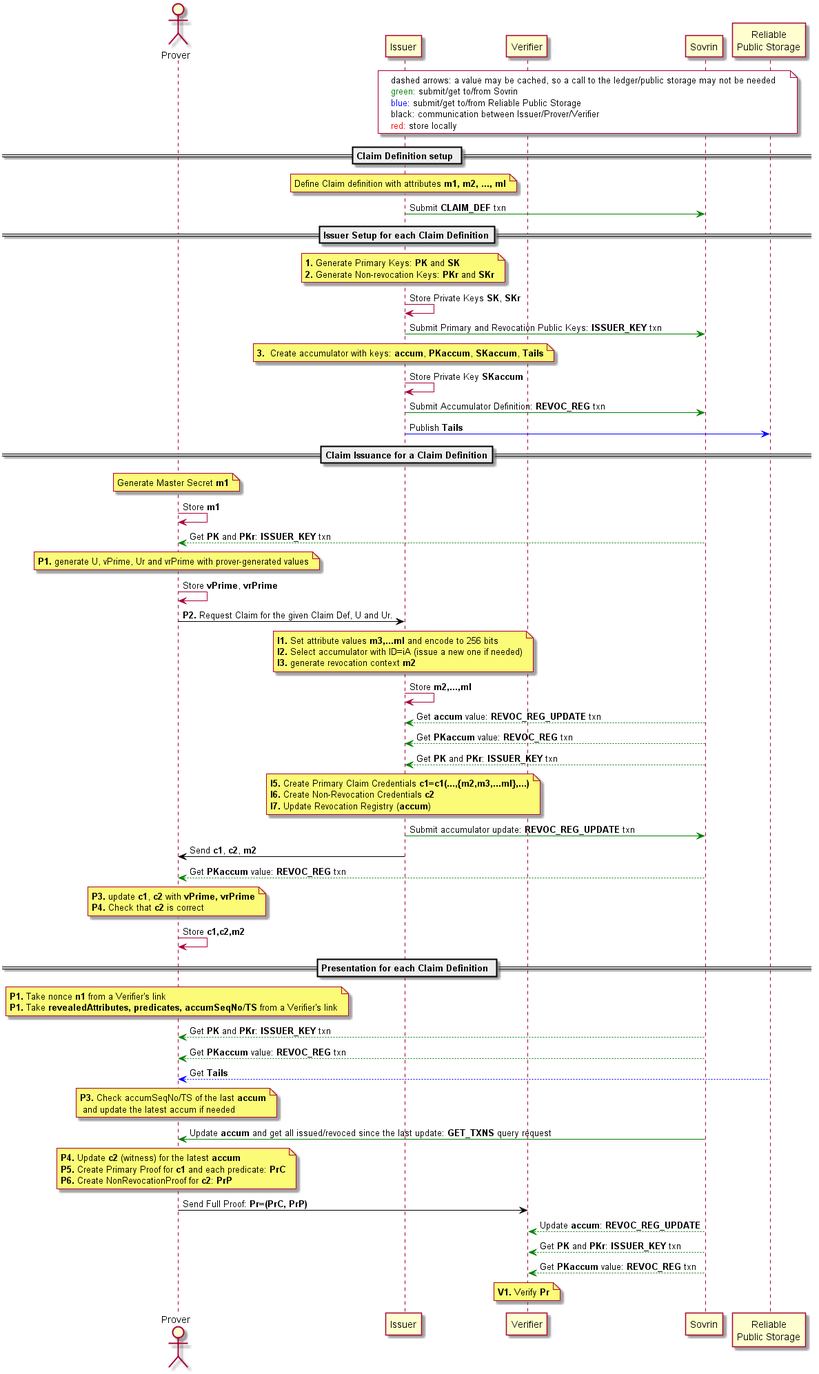
hyperledger-archives/indy-anoncreds keeps this PlantUML diagram as docs/diagrams/anoncred_seq_sovrin.png. Above is the earlier version. Its source is kept beside it as docs/diagrams/anoncred_seq_sovrin.puml. Its diagram source:
```plantuml
@startuml
actor Prover as P
participant "Issuer" as I
participant "Verifier" as V
participant "Sovrin" as S
participant "Reliable\nPublic Storage" as D

note over I, D #white
    dashed arrows: a value may be cached, so a call to the ledger/public storage may not be needed
    <font color=green>green:</font> submit/get to/from Sovrin
    <font color=blue>blue:</font> submit/get to/from Reliable Public Storage
    black: communication between Issuer/Prover/Verifier
    <font color=red>red:</font> store locally
endnote

== Schema setup ==

note over I: Define Schema with attributes **m1, m2, ..., ml**

I -[#green]> S: Submit **SCHEMA** txn

== Issuer Setup for each Schema==

note over I: **1.** Generate Primary Keys: **PK** and **SK**\n**2.** Generate Non-revocation Keys: **PKr** and **SKr**

I -> I: Store Private Keys **SK**, **SKr**

I -[#green]> S: Submit Primary and Revocation Public Keys: **CLAIM_DEF** txn


note over I:**3.**  Create accumulator with keys: **accum**, **PKaccum**, **SKaccum**, **Tails**

I -> I: Store Private Key **SKaccum**

I -[#green]> S: Submit Accumulator Definition: **REVOC_REG** txn

I -[#blue]> D: Publish **Tails**


== Claim Issuance for a Schema==


note over P: Generate Master Secret **m1**

P -> P: Store **m1**

S -[#green]-> P: Get **PK** and **PKr**: **CLAIM_DEF** txn

note over P: **P1.** generate U, vPrime, Ur and vrPrime with prover-generated values

P -> P: Store **vPrime**, **vrPrime**

P -[#black]> I: **P2.** Request Claim for the given Schema, U and Ur.

note over I
    **I1.** Set attribute values **m3,...ml** and encode to 256 bits
    **I2.** Select accumulator with ID=iA (issue a new one if needed)
    **I3.** generate revocation context **m2**
end note

I -> I: Store **m2,...,ml**

S -[#green]-> I: Get **accum** value: **REVOC_REG_UPDATE** txn

S -[#green]-> I: Get **PKaccum** value: **REVOC_REG** txn

S -[#green]-> I: Get **PK** and **PKr**: **CLAIM_DEF** txn


note over I
    **I5.** Create Primary Claim Credentials **c1=c1(...,{m2,m3,...ml},...)**
    **I6.** Create Non-Revocation Credentials **c2**
    **I7.** Update Revocation Registry (**accum**)
end note

I -[#green]> S: Submit accumulator update: **REVOC_REG_UPDATE** txn

I -[#black]> P: Send **c1**, **c2**, **m2**

S -[#green]-> P: Get **PKaccum** value: **REVOC_REG** txn

note over P
    **P3.** update **c1**, **c2** with **vPrime, vrPrime**
    **P4.** Check that **c2** is correct
end note

P -> P: Store **c1,c2,m2**


== Presentation for each Schema ==

note over P
    **P1.** Take nonce **n1** from a Verifier's link
    **P1.** Take **revealedAttributes, predicates, accumSeqNo/TS** from a Verifier's link
end note

S -[#green]-> P: Get **PK** and **PKr**: **CLAIM_DEF** txn

S -[#green]-> P: Get **PKaccum** value: **REVOC_REG** txn

D -[#blue]-> P: Get **Tails**

note over P: **P3.** Check accumSeqNo/TS of the last **accum**\n and update the latest accum if needed

S -[#green]> P: Update **accum** and get all issued/revoced since the last update: **GET_TXNS** query request

note over P
    **P4.** Update **c2** (witness) for the latest **accum**
    **P5.** Create Primary Proof for **c1** and each predicate: **PrC**
    **P6.** Create NonRevocationProof for **c2**: **PrP**
end note

P -[#black]> V: Send Full Proof: **Pr=(PrC, PrP)**

S -[#green]-> V: Update **accum**: **REVOC_REG_UPDATE**

S -[#green]-> V: Get **PK** and **PKr**: **CLAIM_DEF** txn

S -[#green]-> V: Get **PKaccum** value: **REVOC_REG** txn

note over V: **V1.** Verify **Pr**



@enduml
```
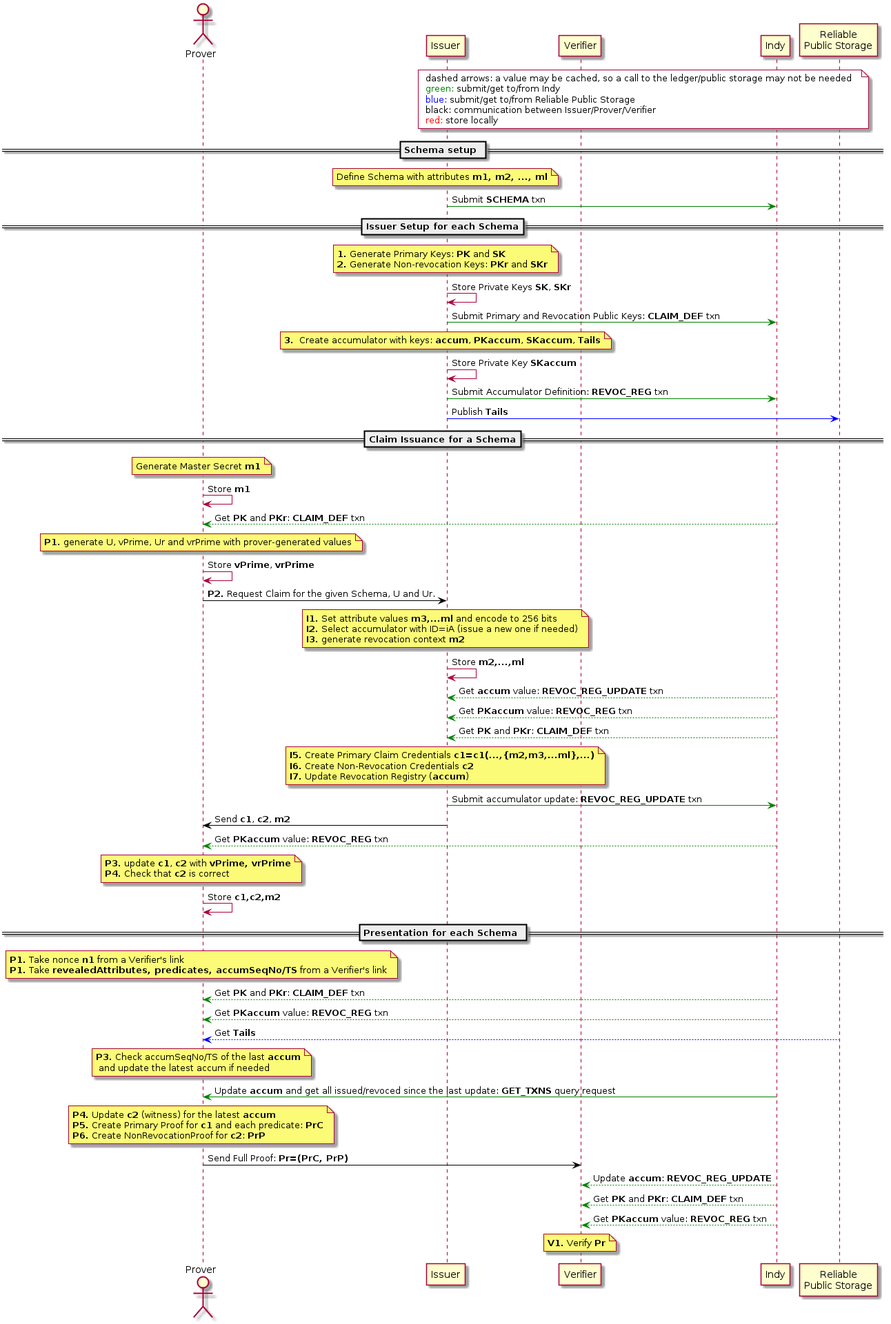
Later version of the same file.

Commit message:
adjusted non-indy brands and related things (#94)

Change to the diagram source:
```diff
@@ -2,12 +2,12 @@
 actor Prover as P
 participant "Issuer" as I
 participant "Verifier" as V
-participant "Sovrin" as S
+participant "Indy" as N
 participant "Reliable\nPublic Storage" as D
 
 note over I, D #white
     dashed arrows: a value may be cached, so a call to the ledger/public storage may not be needed
-    <font color=green>green:</font> submit/get to/from Sovrin
+    <font color=green>green:</font> submit/get to/from Indy
     <font color=blue>blue:</font> submit/get to/from Reliable Public Storage
     black: communication between Issuer/Prover/Verifier
     <font color=red>red:</font> store locally
@@ -17,7 +17,7 @@
 
 note over I: Define Schema with attributes **m1, m2, ..., ml**
 
-I -[#green]> S: Submit **SCHEMA** txn
+I -[#green]> N: Submit **SCHEMA** txn
 
 == Issuer Setup for each Schema==
 
@@ -25,14 +25,14 @@
 
 I -> I: Store Private Keys **SK**, **SKr**
 
-I -[#green]> S: Submit Primary and Revocation Public Keys: **CLAIM_DEF** txn
+I -[#green]> N: Submit Primary and Revocation Public Keys: **CLAIM_DEF** txn
 
 
 note over I:**3.**  Create accumulator with keys: **accum**, **PKaccum**, **SKaccum**, **Tails**
 
 I -> I: Store Private Key **SKaccum**
 
-I -[#green]> S: Submit Accumulator Definition: **REVOC_REG** txn
+I -[#green]> N: Submit Accumulator Definition: **REVOC_REG** txn
 
 I -[#blue]> D: Publish **Tails**
 
@@ -44,7 +44,7 @@
 
 P -> P: Store **m1**
 
-S -[#green]-> P: Get **PK** and **PKr**: **CLAIM_DEF** txn
+N -[#green]-> P: Get **PK** and **PKr**: **CLAIM_DEF** txn
 
 note over P: **P1.** generate U, vPrime, Ur and vrPrime with prover-generated values
 
@@ -60,11 +60,11 @@
 
 I -> I: Store **m2,...,ml**
 
-S -[#green]-> I: Get **accum** value: **REVOC_REG_UPDATE** txn
+N -[#green]-> I: Get **accum** value: **REVOC_REG_UPDATE** txn
 
-S -[#green]-> I: Get **PKaccum** value: **REVOC_REG** txn
+N -[#green]-> I: Get **PKaccum** value: **REVOC_REG** txn
 
-S -[#green]-> I: Get **PK** and **PKr**: **CLAIM_DEF** txn
+N -[#green]-> I: Get **PK** and **PKr**: **CLAIM_DEF** txn
 
 
 note over I
@@ -73,11 +73,11 @@
     **I7.** Update Revocation Registry (**accum**)
 end note
 
-I -[#green]> S: Submit accumulator update: **REVOC_REG_UPDATE** txn
+I -[#green]> N: Submit accumulator update: **REVOC_REG_UPDATE** txn
 
 I -[#black]> P: Send **c1**, **c2**, **m2**
 
-S -[#green]-> P: Get **PKaccum** value: **REVOC_REG** txn
+N -[#green]-> P: Get **PKaccum** value: **REVOC_REG** txn
 
 note over P
     **P3.** update **c1**, **c2** with **vPrime, vrPrime**
@@ -94,15 +94,15 @@
     **P1.** Take **revealedAttributes, predicates, accumSeqNo/TS** from a Verifier's link
 end note
 
-S -[#green]-> P: Get **PK** and **PKr**: **CLAIM_DEF** txn
+N -[#green]-> P: Get **PK** and **PKr**: **CLAIM_DEF** txn
 
-S -[#green]-> P: Get **PKaccum** value: **REVOC_REG** txn
+N -[#green]-> P: Get **PKaccum** value: **REVOC_REG** txn
 
 D -[#blue]-> P: Get **Tails**
 
 note over P: **P3.** Check accumSeqNo/TS of the last **accum**\n and update the latest accum if needed
 
-S -[#green]> P: Update **accum** and get all issued/revoced since the last update: **GET_TXNS** query request
+N -[#green]> P: Update **accum** and get all issued/revoced since the last update: **GET_TXNS** query request
 
 note over P
     **P4.** Update **c2** (witness) for the latest **accum**
@@ -112,11 +112,11 @@
 
 P -[#black]> V: Send Full Proof: **Pr=(PrC, PrP)**
 
-S -[#green]-> V: Update **accum**: **REVOC_REG_UPDATE**
+N -[#green]-> V: Update **accum**: **REVOC_REG_UPDATE**
 
-S -[#green]-> V: Get **PK** and **PKr**: **CLAIM_DEF** txn
+N -[#green]-> V: Get **PK** and **PKr**: **CLAIM_DEF** txn
 
-S -[#green]-> V: Get **PKaccum** value: **REVOC_REG** txn
+N -[#green]-> V: Get **PKaccum** value: **REVOC_REG** txn
 
 note over V: **V1.** Verify **Pr**
 
```
